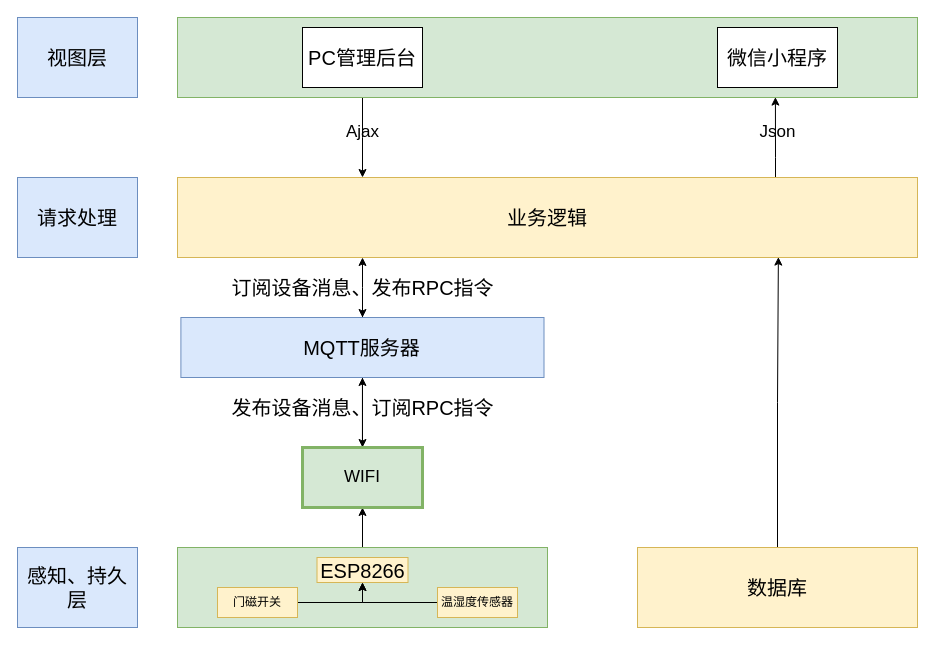
LY220214/LY220214.github.io keeps this draw.io diagram as resources/未命名绘图.drawio. Above is the earlier version. Source tidied: cells renumbered, new cells numbered last; positions are measured from the earlier drawing's top-left corner, leaving out a move shared by most shapes. Both pictures are drawn from the tidied source at 100%, with x=0, y=0 at pixel (17, 17).
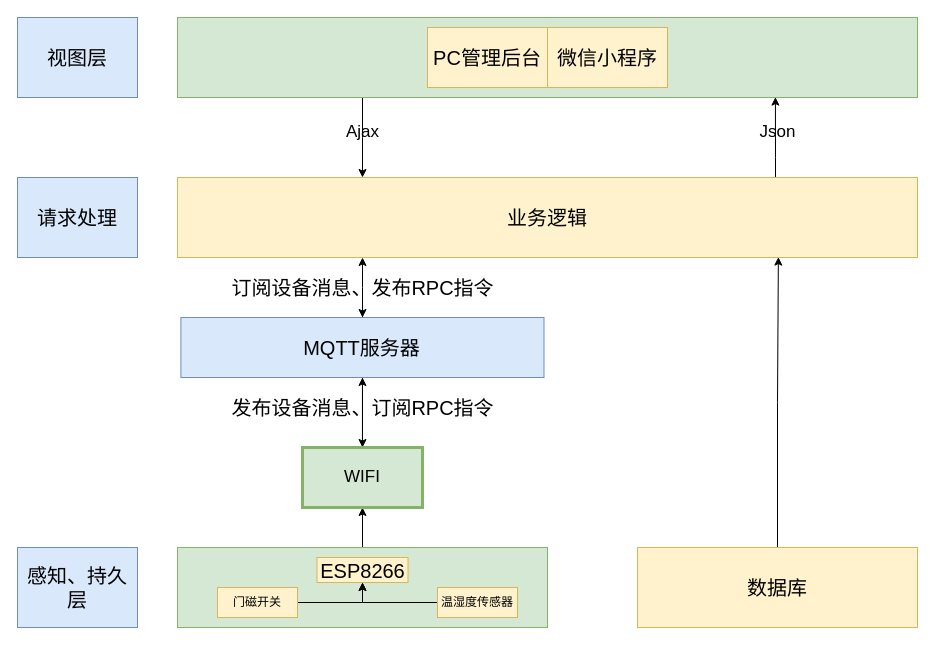
The same page after the edit.

Commit message:
智慧工作室.drawio

Change to the diagram source:
```diff
@@
-    <mxCell id="13" value="PC管理后台" style="rounded=0;whiteSpace=wrap;html=1;fontSize=20;" parent="1" vertex="1">
-      <mxGeometry x="285" y="10" width="120" height="60" as="geometry" />
+    <mxCell id="13" value="PC管理后台" style="rounded=0;whiteSpace=wrap;html=1;fontSize=20;fillColor=#fff2cc;strokeColor=#d6b656;" parent="1" vertex="1">
+      <mxGeometry x="410" y="10" width="120" height="60" as="geometry" />
     </mxCell>
-    <mxCell id="14" value="微信小程序" style="rounded=0;whiteSpace=wrap;html=1;fontSize=20;" parent="1" vertex="1">
-      <mxGeometry x="700" y="10" width="120" height="60" as="geometry" />
+    <mxCell id="14" value="微信小程序" style="rounded=0;whiteSpace=wrap;html=1;fontSize=20;fillColor=#fff2cc;strokeColor=#d6b656;" parent="1" vertex="1">
+      <mxGeometry x="530" y="10" width="120" height="60" as="geometry" />
     </mxCell>
```
